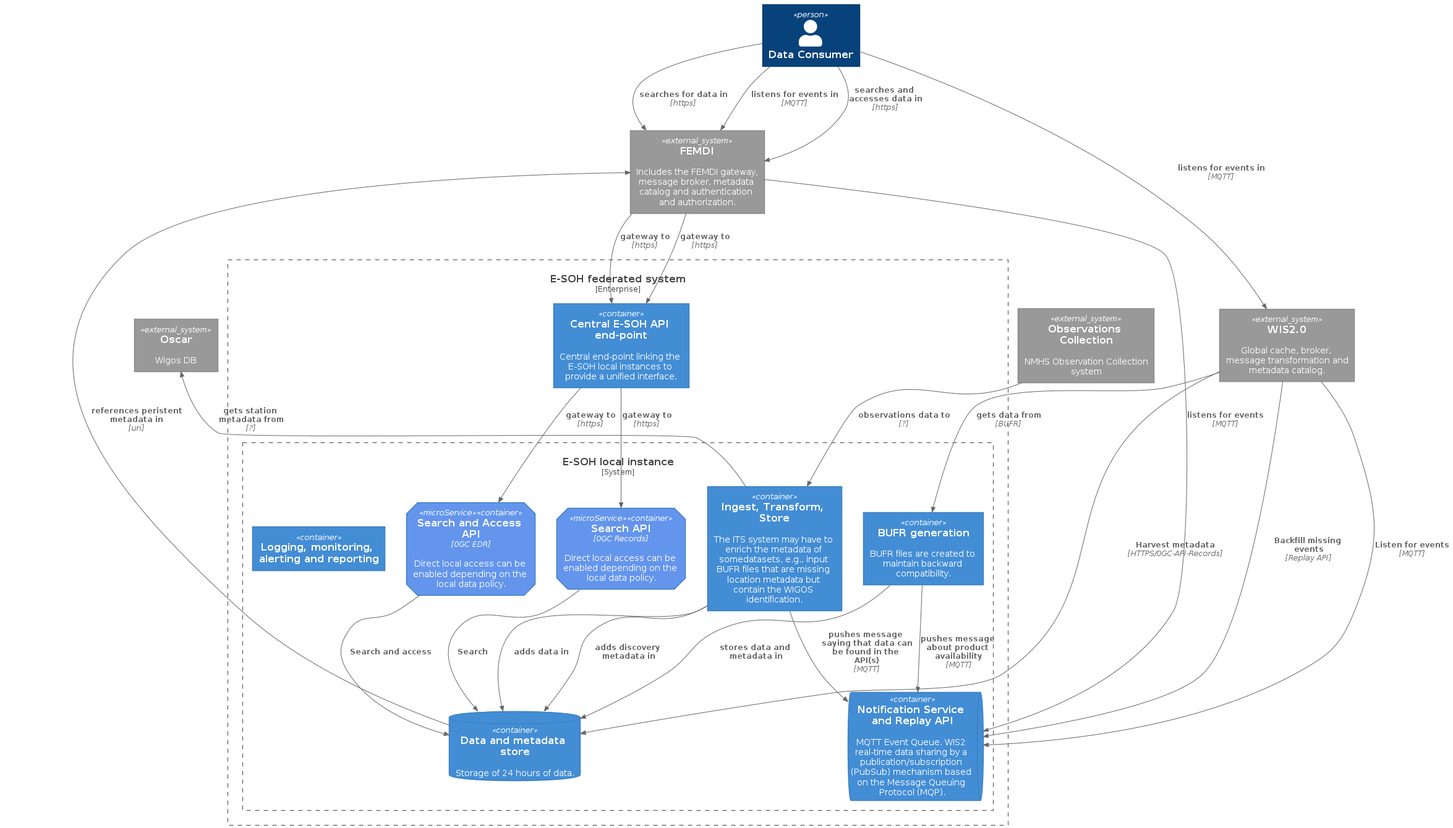
Before: c4-context.png, a diagram exported from PlantUML (EURODEO/e-soh-c4).
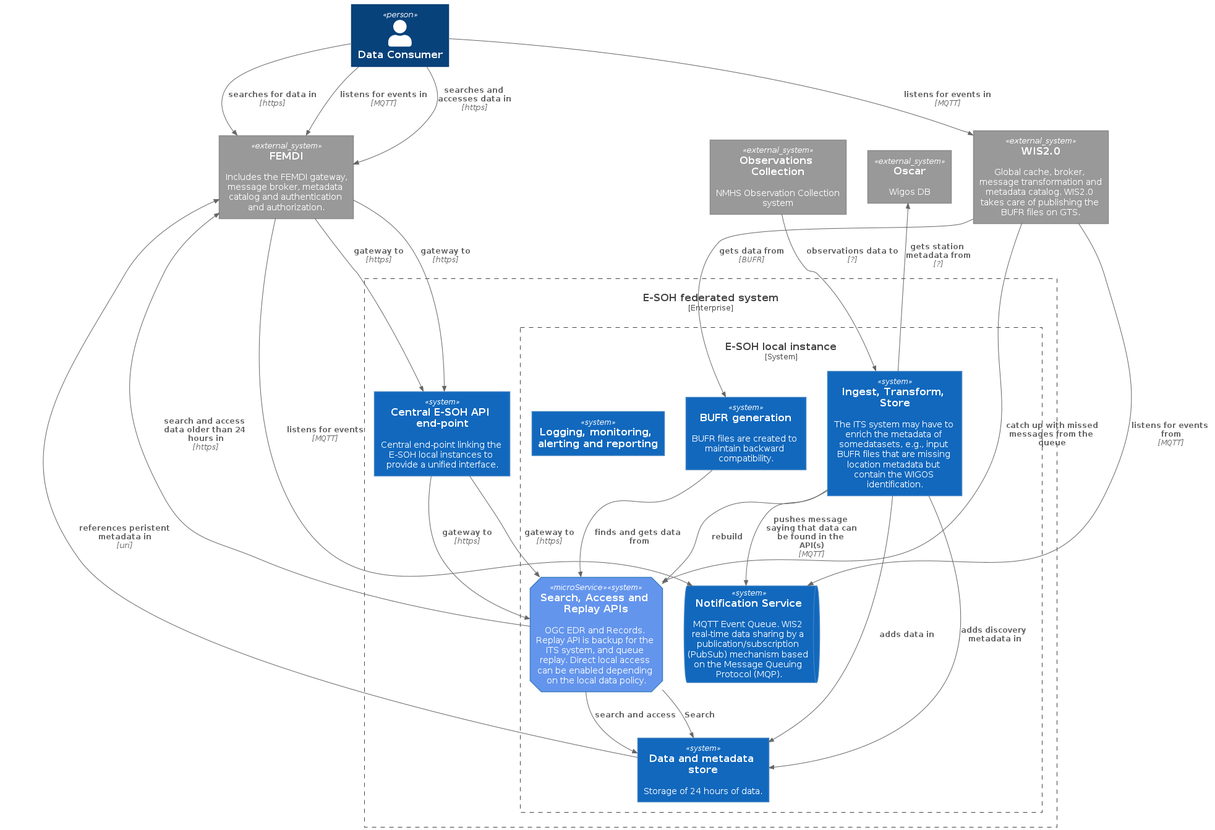
Later version of the same file.

Commit message:
last version after meeting

Diff of the diagram source:
```diff
@@ -1,46 +1,49 @@
 @startuml "c4-context"
-!include https://raw.githubusercontent.com/plantuml-stdlib/C4-PlantUML/master/C4_Container.puml
+!include https://raw.githubusercontent.com/plantuml-stdlib/C4-PlantUML/master/C4_Context.puml
 
 AddElementTag("microService", $shape=EightSidedShape(), $bgColor="CornflowerBlue", $fontColor="white", $legendText="micro service\neight sided")
 
 System_Ext(femdi, "FEMDI", "Includes the FEMDI gateway, message broker, metadata catalog and authentication and authorization.")
 
-System_Ext(wis2, "WIS2.0", "Global cache, broker, message transformation and metadata catalog.")
+System_Ext(wis2, "WIS2.0", "Global cache, broker, message transformation and metadata catalog. WIS2.0 takes care of publishing the BUFR files on GTS.")
 
 
 Person(consumer, "Data Consumer")
 
 Enterprise_Boundary(esoh_all, "E-SOH federated system"){
-  Container(proxy, "Central E-SOH API end-point", "", "Central end-point linking the E-SOH local instances to provide a unified interface.")
+  System(proxy, "Central E-SOH API end-point", "Central end-point linking the E-SOH local instances to provide a unified interface.")
 
   System_Boundary(esoh_fed, "E-SOH local instance"){
-    ContainerQueue(queue, "Notification Service and Replay API", "", "MQTT Event Queue. WIS2 real-time data sharing by a publication/subscription (PubSub) mechanism based on the Message Queuing Protocol (MQP).")
-    Container(its, "Ingest, Transform, Store", "", "The ITS system may have to enrich the metadata of somedatasets, e.g., input BUFR files that are missing location metadata but contain the WIGOS identification.")
-    Container(edr, "Search and Access API", "OGC EDR", "Direct local access can be enabled depending on the local data policy.", $tags = "microService")
-    Container(records, "Search API", "OGC Records", "Direct local access can be enabled depending on the local data policy.", $tags = "microService")
-    Container(bufr_generator, "BUFR generation", "", "BUFR files are created to maintain backward compatibility.")
-    ContainerDb(data_store, "Data and metadata store", "", "Storage of 24 hours of data.")
-    Container(lmar, "Logging, monitoring, alerting and reporting", "", "")
+    SystemQueue(queue, "Notification Service", "MQTT Event Queue. WIS2 real-time data sharing by a publication/subscription (PubSub) mechanism based on the Message Queuing Protocol (MQP).")
+
+    System(queries, "Search, Access and Replay APIs", "OGC EDR and Records. Replay API is backup for the ITS system, and queue replay. Direct local access can be enabled depending on the local data policy.", $tags = "microService")
+
+    System(its, "Ingest, Transform, Store", "The ITS system may have to enrich the metadata of somedatasets, e.g., input BUFR files that are missing location metadata but contain the WIGOS identification.")
+
+
+    System(bufr_generator, "BUFR generation", "BUFR files are created to maintain backward compatibility.")
+    System(data_store, "Data and metadata store", "Storage of 24 hours of data.")
+    System(lmar, "Logging, monitoring, alerting and reporting", "")
   }
 }
 
 System_Ext(oscar, "Oscar", "Wigos DB")
 System_Ext(ObsCollection,"Observations Collection", "NMHS Observation Collection system")
 
+Rel(its, queries, "rebuild")
+Rel(wis2, queries, "catch up with missed messages from the queue")
 Rel(femdi, queue, "listens for events", "MQTT")
 Rel(data_store, femdi, "references peristent metadata in", "uri")
-Rel(edr,  data_store, "Search and access", "")
-Rel(records, data_store, "Search", "")
-Rel(bufr_generator, queue, "pushes message about product availability", "MQTT")
-Rel(bufr_generator, data_store, "stores data and metadata in", "")
+Rel(queries,  data_store, "search and access", "")
+Rel(queries,  femdi, "search and access data older than 24 hours in", "https")
+Rel(queries, data_store, "Search", "")
+Rel(bufr_generator, queries, "finds and gets data from", "")
 
 Rel(its, data_store, "adds data in", "")
 Rel(its, data_store, "adds discovery metadata in", "")
 Rel(its, queue, "pushes message saying that data can be found in the API(s)", "MQTT")
 
-Rel(wis2, data_store, "Harvest metadata", "HTTPS/OGC-API-Records")
-Rel(wis2, queue, "Listen for events", "MQTT")
-Rel(wis2, queue, "Backfill missing events", "Replay API")
+Rel(wis2, queue, "listens for events from", "MQTT")
 
 Rel(wis2, bufr_generator, "gets data from", "BUFR")
 
@@ -48,8 +51,8 @@
 Rel(consumer, femdi, "searches for data in", "https")
 Rel(consumer, femdi, "listens for events in", "MQTT")
 Rel(consumer, wis2, "listens for events in", "MQTT")
-Rel(proxy, edr, "gateway to", "https")
-Rel(proxy, records, "gateway to", "https")
+Rel(proxy, queries, "gateway to", "https")
+Rel(proxy, queries, "gateway to", "https")
 Rel(femdi, proxy, "gateway to", "https")
 Rel(femdi, proxy, "gateway to", "https")
 
```
